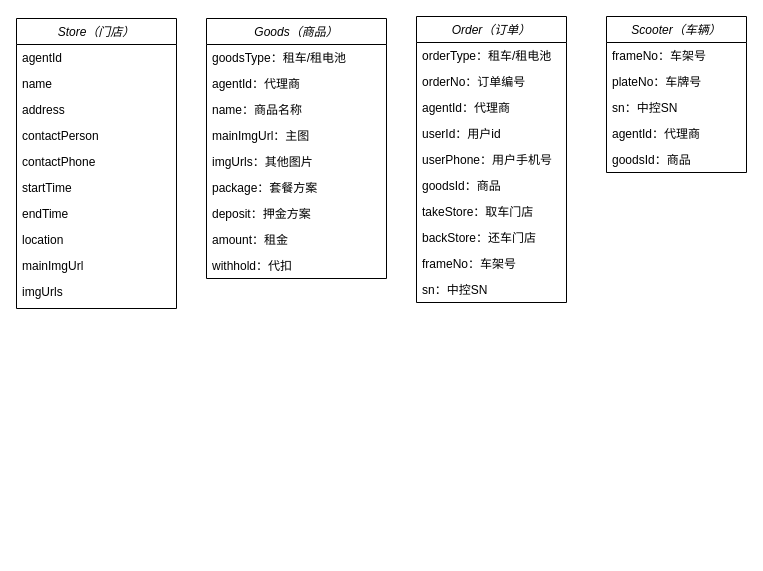
Earlier version of the draw.io diagram 换电SaaS平台.drawio (vikey5210000/diagrams). Source tidied: cells renumbered, new cells numbered last; positions are measured from the earlier drawing's top-left corner, leaving out a move shared by most shapes. Both pictures are drawn from the tidied source at 100%, with x=0, y=0 at pixel (16, 16).
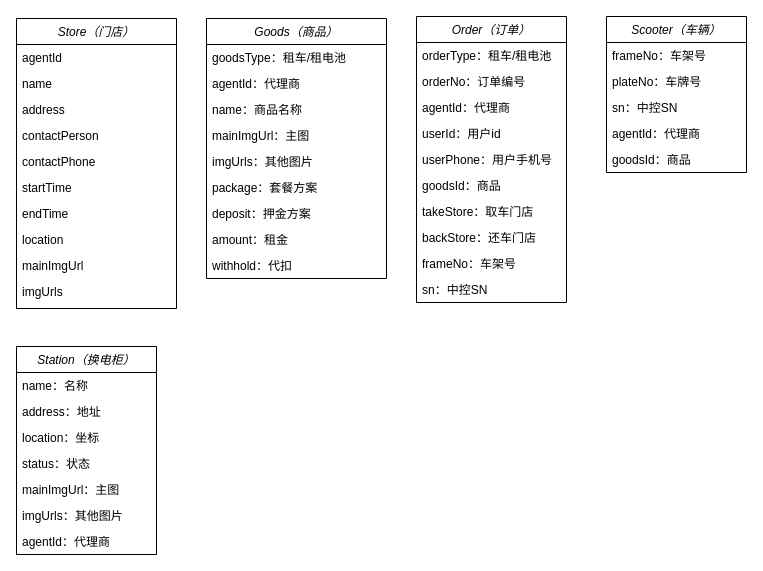
The same page after the edit.

Diff of the diagram source:
```diff
@@
+    <mxCell id="40" value="Station（换电柜）" style="swimlane;fontStyle=2;horizontal=1;startSize=26;fillColor=none;" parent="1" vertex="1">
+      <mxGeometry y="330" width="140" height="208" as="geometry" />
+    </mxCell>
+    <mxCell id="41" value="name：名称" style="text;strokeColor=none;fillColor=none;align=left;verticalAlign=top;spacingLeft=4;spacingRight=4;overflow=hidden;" parent="40" vertex="1">
+      <mxGeometry y="26" width="140" height="26" as="geometry" />
+    </mxCell>
+    <mxCell id="42" value="address：地址" style="text;strokeColor=none;fillColor=none;align=left;verticalAlign=top;spacingLeft=4;spacingRight=4;overflow=hidden;" parent="40" vertex="1">
+      <mxGeometry y="52" width="140" height="26" as="geometry" />
+    </mxCell>
+    <mxCell id="43" value="location：坐标" style="text;strokeColor=none;fillColor=none;align=left;verticalAlign=top;spacingLeft=4;spacingRight=4;overflow=hidden;" parent="40" vertex="1">
+      <mxGeometry y="78" width="140" height="26" as="geometry" />
+    </mxCell>
+    <mxCell id="44" value="status：状态" style="text;strokeColor=none;fillColor=none;align=left;verticalAlign=top;spacingLeft=4;spacingRight=4;overflow=hidden;" parent="40" vertex="1">
+      <mxGeometry y="104" width="140" height="26" as="geometry" />
+    </mxCell>
+    <mxCell id="45" value="mainImgUrl：主图" style="text;strokeColor=none;fillColor=none;align=left;verticalAlign=top;spacingLeft=4;spacingRight=4;overflow=hidden;" parent="40" vertex="1">
+      <mxGeometry y="130" width="140" height="26" as="geometry" />
+    </mxCell>
+    <mxCell id="46" value="imgUrls：其他图片" style="text;strokeColor=none;fillColor=none;align=left;verticalAlign=top;spacingLeft=4;spacingRight=4;overflow=hidden;" parent="40" vertex="1">
+      <mxGeometry y="156" width="140" height="26" as="geometry" />
+    </mxCell>
+    <mxCell id="47" value="agentId：代理商" style="text;strokeColor=none;fillColor=none;align=left;verticalAlign=top;spacingLeft=4;spacingRight=4;overflow=hidden;" parent="40" vertex="1">
+      <mxGeometry y="182" width="140" height="26" as="geometry" />
+    </mxCell>
```
